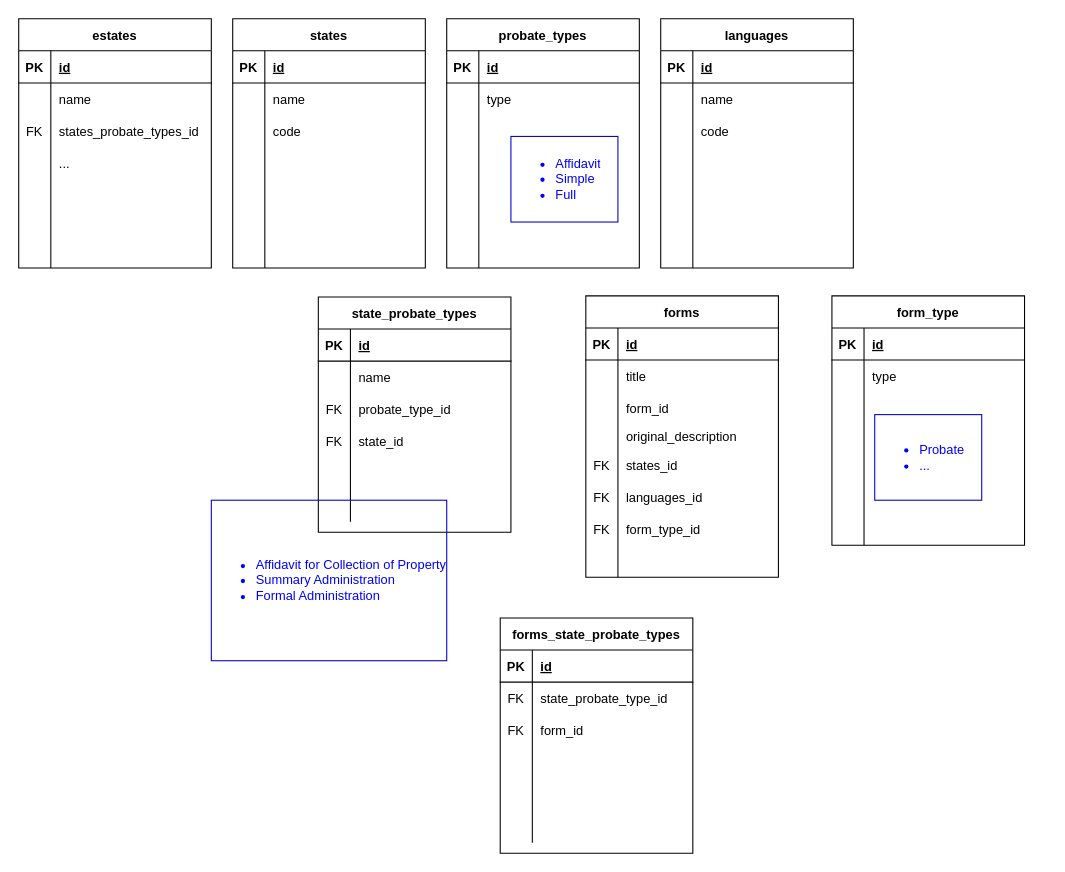
This is ProbateNForms.drawio from stellarjaydoc/architecture, a draw.io file, before an edit. Source tidied: cells renumbered, new cells numbered last; positions are measured from the earlier drawing's top-left corner, leaving out a move shared by most shapes. Both pictures are drawn from the tidied source at 107%, with x=0, y=0 at pixel (18, 18).
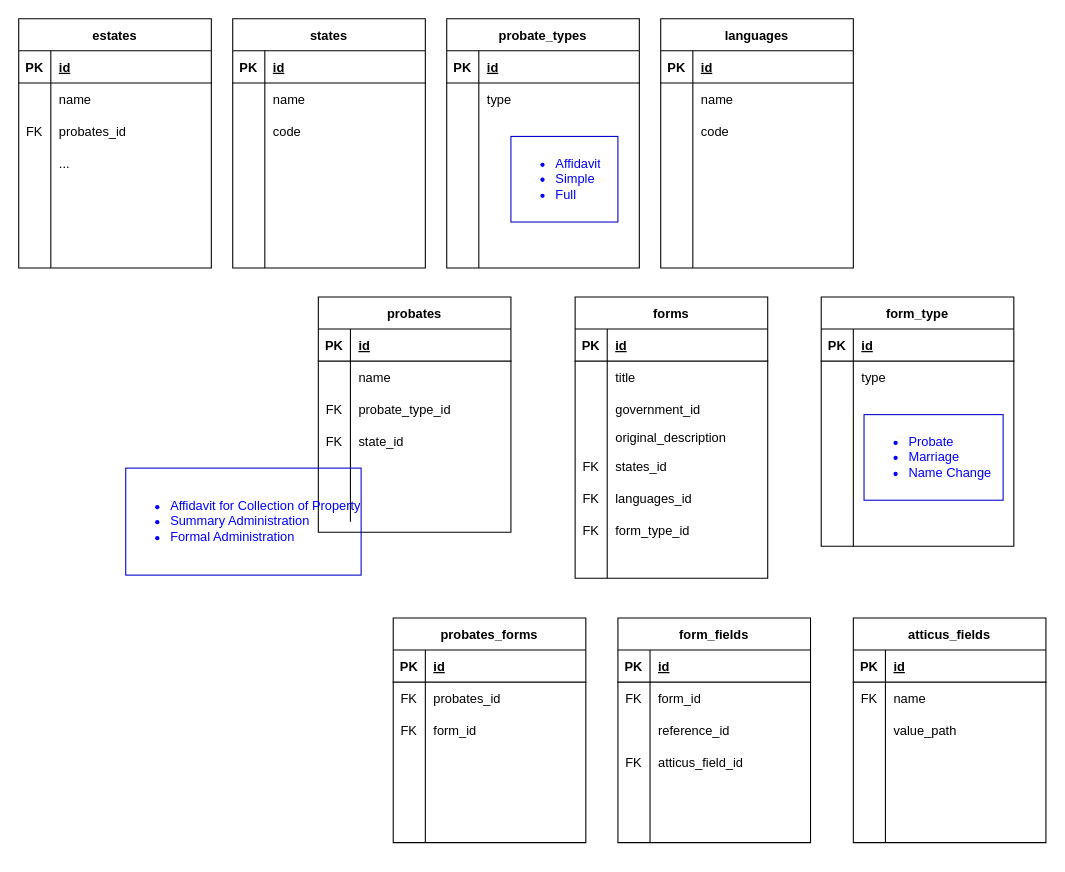
The same diagram, later.

The change refers to these unchanged cells:
```xml
<mxCell id="9" style="shape=tableRow;horizontal=0;startSize=0;swimlaneHead=0;swimlaneBody=0;fillColor=none;top=0;left=0;right=0;bottom=0;" parent="2" vertex="1">
  <mxGeometry y="90" width="180" height="30" as="geometry" />
</mxCell>
<mxCell id="31" style="shape=tableRow;horizontal=0;startSize=0;swimlaneHead=0;swimlaneBody=0;fillColor=none;top=0;left=0;right=0;bottom=0;" parent="24" vertex="1">
  <mxGeometry y="90" width="180" height="30" as="geometry" />
</mxCell>
<mxCell id="116" style="shape=tableRow;horizontal=0;startSize=0;swimlaneHead=0;swimlaneBody=0;fillColor=none;top=0;left=0;right=0;bottom=0;" parent="112" vertex="1">
  <mxGeometry y="60" width="180" height="30" as="geometry" />
</mxCell>
```

Change to the diagram source:
```diff
@@
-    <mxCell id="11" value="states_probate_types_id" style="shape=partialRectangle;fillColor=none;top=0;left=0;bottom=0;right=0;align=left;spacingLeft=6;fontStyle=0;overflow=hidden;" parent="9" vertex="1">
+    <mxCell id="11" value="probates_id" style="shape=partialRectangle;fillColor=none;top=0;left=0;bottom=0;right=0;align=left;spacingLeft=6;fontStyle=0;overflow=hidden;" parent="9" vertex="1">
       <mxGeometry x="30" width="150" height="30" as="geometry" />
     </mxCell>
@@
     <mxCell id="24" value="forms" style="shape=table;startSize=30;childLayout=tableLayout;rowLines=0;fontStyle=1;align=center;" parent="1" vertex="1">
-      <mxGeometry x="530" y="259" width="180" height="263" as="geometry" />
+      <mxGeometry x="520" y="260" width="180" height="263" as="geometry" />
     </mxCell>
@@
-    <mxCell id="33" value="form_id" style="shape=partialRectangle;fillColor=none;top=0;left=0;bottom=0;right=0;align=left;spacingLeft=6;overflow=hidden;" parent="31" vertex="1">
+    <mxCell id="33" value="government_id" style="shape=partialRectangle;fillColor=none;top=0;left=0;bottom=0;right=0;align=left;spacingLeft=6;overflow=hidden;" parent="31" vertex="1">
       <mxGeometry x="30" width="150" height="30" as="geometry" />
     </mxCell>
@@
-    <mxCell id="71" value="state_probate_types" style="shape=table;startSize=30;childLayout=tableLayout;rowLines=0;fontStyle=1;align=center;" parent="1" vertex="1">
+    <mxCell id="71" value="probates" style="shape=table;startSize=30;childLayout=tableLayout;rowLines=0;fontStyle=1;align=center;" parent="1" vertex="1">
       <mxGeometry x="280" y="260" width="180" height="220" as="geometry" />
     </mxCell>
@@
-    <mxCell id="112" value="forms_state_probate_types" style="shape=table;startSize=30;childLayout=tableLayout;rowLines=0;fontStyle=1;align=center;" parent="1" vertex="1">
-      <mxGeometry x="450" y="560" width="180" height="220" as="geometry" />
+    <mxCell id="112" value="probates_forms" style="shape=table;startSize=30;childLayout=tableLayout;rowLines=0;fontStyle=1;align=center;" parent="1" vertex="1">
+      <mxGeometry x="350" y="560" width="180" height="210" as="geometry" />
     </mxCell>
@@
-    <mxCell id="118" value="state_probate_type_id" style="shape=partialRectangle;fillColor=none;top=0;left=0;bottom=0;right=0;align=left;spacingLeft=6;fontStyle=0;overflow=hidden;" parent="116" vertex="1">
+    <mxCell id="118" value="probates_id" style="shape=partialRectangle;fillColor=none;top=0;left=0;bottom=0;right=0;align=left;spacingLeft=6;fontStyle=0;overflow=hidden;" parent="116" vertex="1">
       <mxGeometry x="30" width="150" height="30" as="geometry" />
     </mxCell>
@@
     <mxCell id="153" value="form_type" style="shape=table;startSize=30;childLayout=tableLayout;rowLines=0;fontStyle=1;align=center;" parent="1" vertex="1">
-      <mxGeometry x="760" y="259" width="180" height="233" as="geometry" />
+      <mxGeometry x="750" y="260" width="180" height="233" as="geometry" />
     </mxCell>
@@
-    <mxCell id="176" value="&lt;ul&gt;&lt;li&gt;Probate&lt;/li&gt;&lt;li&gt;...&lt;/li&gt;&lt;/ul&gt;" style="text;strokeColor=#0000CC;fillColor=none;html=1;whiteSpace=wrap;verticalAlign=middle;overflow=hidden;fontColor=#0000FF;" parent="1" vertex="1">
-      <mxGeometry x="800" y="370" width="100" height="80" as="geometry" />
+    <mxCell id="176" value="&lt;ul&gt;&lt;li&gt;Probate&lt;/li&gt;&lt;li&gt;Marriage&lt;/li&gt;&lt;li&gt;Name Change&lt;/li&gt;&lt;/ul&gt;" style="text;strokeColor=#0000CC;fillColor=none;html=1;whiteSpace=wrap;verticalAlign=middle;overflow=hidden;fontColor=#0000FF;" parent="1" vertex="1">
+      <mxGeometry x="790" y="370" width="130" height="80" as="geometry" />
     </mxCell>
     <mxCell id="177" value="&lt;ul&gt;&lt;li&gt;Affidavit for Collection of Property&lt;/li&gt;&lt;li&gt;Summary Administration&lt;br&gt;&lt;/li&gt;&lt;li&gt;Formal Administration&lt;br&gt;&lt;/li&gt;&lt;/ul&gt;" style="text;strokeColor=#0000CC;fillColor=none;html=1;whiteSpace=wrap;verticalAlign=middle;overflow=hidden;fontColor=#0000FF;" parent="1" vertex="1">
-      <mxGeometry x="180" y="450" width="220" height="150" as="geometry" />
+      <mxGeometry x="100" y="420" width="220" height="100" as="geometry" />
     </mxCell>
+    <mxCell id="178" value="form_fields" style="shape=table;startSize=30;childLayout=tableLayout;rowLines=0;fontStyle=1;align=center;" parent="1" vertex="1">
+      <mxGeometry x="560" y="560" width="180" height="210" as="geometry" />
+    </mxCell>
+    <mxCell id="179" style="shape=tableRow;horizontal=0;startSize=0;swimlaneHead=0;swimlaneBody=0;fillColor=none;top=0;left=0;right=0;bottom=1;" parent="178" vertex="1">
+      <mxGeometry y="30" width="180" height="30" as="geometry" />
+    </mxCell>
+    <mxCell id="180" value="PK" style="shape=partialRectangle;fillColor=none;top=0;left=0;bottom=0;right=0;fontStyle=1;overflow=hidden;" parent="179" vertex="1">
+      <mxGeometry width="30" height="30" as="geometry" />
+    </mxCell>
+    <mxCell id="181" value="id" style="shape=partialRectangle;fillColor=none;top=0;left=0;bottom=0;right=0;align=left;spacingLeft=6;fontStyle=5;overflow=hidden;" parent="179" vertex="1">
+      <mxGeometry x="30" width="150" height="30" as="geometry" />
+    </mxCell>
+    <mxCell id="182" style="shape=tableRow;horizontal=0;startSize=0;swimlaneHead=0;swimlaneBody=0;fillColor=none;top=0;left=0;right=0;bottom=0;" parent="178" vertex="1">
+      <mxGeometry y="60" width="180" height="30" as="geometry" />
+    </mxCell>
+    <mxCell id="183" value="FK" style="shape=partialRectangle;fillColor=none;top=0;left=0;bottom=0;right=0;fontStyle=0;overflow=hidden;" parent="182" vertex="1">
+      <mxGeometry width="30" height="30" as="geometry" />
+    </mxCell>
+    <mxCell id="184" value="form_id" style="shape=partialRectangle;fillColor=none;top=0;left=0;bottom=0;right=0;align=left;spacingLeft=6;fontStyle=0;overflow=hidden;" parent="182" vertex="1">
+      <mxGeometry x="30" width="150" height="30" as="geometry" />
+    </mxCell>
+    <mxCell id="185" style="shape=tableRow;horizontal=0;startSize=0;swimlaneHead=0;swimlaneBody=0;fillColor=none;top=0;left=0;right=0;bottom=0;" parent="178" vertex="1">
+      <mxGeometry y="90" width="180" height="30" as="geometry" />
+    </mxCell>
+    <mxCell id="186" style="shape=partialRectangle;fillColor=none;top=0;left=0;bottom=0;right=0;fontStyle=0;overflow=hidden;" parent="185" vertex="1">
+      <mxGeometry width="30" height="30" as="geometry" />
+    </mxCell>
+    <mxCell id="187" value="reference_id" style="shape=partialRectangle;fillColor=none;top=0;left=0;bottom=0;right=0;align=left;spacingLeft=6;fontStyle=0;overflow=hidden;" parent="185" vertex="1">
+      <mxGeometry x="30" width="150" height="30" as="geometry" />
+    </mxCell>
+    <mxCell id="188" style="shape=tableRow;horizontal=0;startSize=0;swimlaneHead=0;swimlaneBody=0;fillColor=none;top=0;left=0;right=0;bottom=0;" parent="178" vertex="1">
+      <mxGeometry y="120" width="180" height="30" as="geometry" />
+    </mxCell>
+    <mxCell id="189" style="shape=partialRectangle;fillColor=none;top=0;left=0;bottom=0;right=0;overflow=hidden;" parent="188" vertex="1">
+      <mxGeometry width="30" height="30" as="geometry" />
+    </mxCell>
+    <mxCell id="190" value="atticus_field_id" style="shape=partialRectangle;fillColor=none;top=0;left=0;bottom=0;right=0;align=left;spacingLeft=6;overflow=hidden;" parent="188" vertex="1">
+      <mxGeometry x="30" width="150" height="30" as="geometry" />
+    </mxCell>
+    <mxCell id="191" style="shape=tableRow;horizontal=0;startSize=0;swimlaneHead=0;swimlaneBody=0;fillColor=none;top=0;left=0;right=0;bottom=0;" parent="178" vertex="1">
+      <mxGeometry y="150" width="180" height="30" as="geometry" />
+    </mxCell>
+    <mxCell id="192" style="shape=partialRectangle;fillColor=none;top=0;left=0;bottom=0;right=0;overflow=hidden;" parent="191" vertex="1">
+      <mxGeometry width="30" height="30" as="geometry" />
+    </mxCell>
+    <mxCell id="193" style="shape=partialRectangle;fillColor=none;top=0;left=0;bottom=0;right=0;align=left;spacingLeft=6;overflow=hidden;" parent="191" vertex="1">
+      <mxGeometry x="30" width="150" height="30" as="geometry" />
+    </mxCell>
+    <mxCell id="194" style="shape=tableRow;horizontal=0;startSize=0;swimlaneHead=0;swimlaneBody=0;fillColor=none;top=0;left=0;right=0;bottom=0;" parent="178" vertex="1">
+      <mxGeometry y="180" width="180" height="30" as="geometry" />
+    </mxCell>
+    <mxCell id="195" style="shape=partialRectangle;fillColor=none;top=0;left=0;bottom=0;right=0;overflow=hidden;" parent="194" vertex="1">
+      <mxGeometry width="30" height="30" as="geometry" />
+    </mxCell>
+    <mxCell id="196" style="shape=partialRectangle;fillColor=none;top=0;left=0;bottom=0;right=0;align=left;spacingLeft=6;overflow=hidden;" parent="194" vertex="1">
+      <mxGeometry x="30" width="150" height="30" as="geometry" />
+    </mxCell>
+    <mxCell id="197" value="FK" style="shape=partialRectangle;fillColor=none;top=0;left=0;bottom=0;right=0;fontStyle=0;overflow=hidden;" parent="1" vertex="1">
+      <mxGeometry x="560" y="680" width="30" height="30" as="geometry" />
+    </mxCell>
+    <mxCell id="198" value="atticus_fields" style="shape=table;startSize=30;childLayout=tableLayout;rowLines=0;fontStyle=1;align=center;" parent="1" vertex="1">
+      <mxGeometry x="780" y="560" width="180" height="210" as="geometry" />
+    </mxCell>
+    <mxCell id="199" style="shape=tableRow;horizontal=0;startSize=0;swimlaneHead=0;swimlaneBody=0;fillColor=none;top=0;left=0;right=0;bottom=1;" parent="198" vertex="1">
+      <mxGeometry y="30" width="180" height="30" as="geometry" />
+    </mxCell>
+    <mxCell id="200" value="PK" style="shape=partialRectangle;fillColor=none;top=0;left=0;bottom=0;right=0;fontStyle=1;overflow=hidden;" parent="199" vertex="1">
+      <mxGeometry width="30" height="30" as="geometry" />
+    </mxCell>
+    <mxCell id="201" value="id" style="shape=partialRectangle;fillColor=none;top=0;left=0;bottom=0;right=0;align=left;spacingLeft=6;fontStyle=5;overflow=hidden;" parent="199" vertex="1">
+      <mxGeometry x="30" width="150" height="30" as="geometry" />
+    </mxCell>
+    <mxCell id="202" style="shape=tableRow;horizontal=0;startSize=0;swimlaneHead=0;swimlaneBody=0;fillColor=none;top=0;left=0;right=0;bottom=0;" parent="198" vertex="1">
+      <mxGeometry y="60" width="180" height="30" as="geometry" />
+    </mxCell>
+    <mxCell id="203" value="FK" style="shape=partialRectangle;fillColor=none;top=0;left=0;bottom=0;right=0;fontStyle=0;overflow=hidden;" parent="202" vertex="1">
+      <mxGeometry width="30" height="30" as="geometry" />
+    </mxCell>
+    <mxCell id="204" value="name" style="shape=partialRectangle;fillColor=none;top=0;left=0;bottom=0;right=0;align=left;spacingLeft=6;fontStyle=0;overflow=hidden;" parent="202" vertex="1">
+      <mxGeometry x="30" width="150" height="30" as="geometry" />
+    </mxCell>
+    <mxCell id="205" style="shape=tableRow;horizontal=0;startSize=0;swimlaneHead=0;swimlaneBody=0;fillColor=none;top=0;left=0;right=0;bottom=0;" parent="198" vertex="1">
+      <mxGeometry y="90" width="180" height="30" as="geometry" />
+    </mxCell>
+    <mxCell id="206" style="shape=partialRectangle;fillColor=none;top=0;left=0;bottom=0;right=0;fontStyle=0;overflow=hidden;" parent="205" vertex="1">
+      <mxGeometry width="30" height="30" as="geometry" />
+    </mxCell>
+    <mxCell id="207" value="value_path" style="shape=partialRectangle;fillColor=none;top=0;left=0;bottom=0;right=0;align=left;spacingLeft=6;fontStyle=0;overflow=hidden;" parent="205" vertex="1">
+      <mxGeometry x="30" width="150" height="30" as="geometry" />
+    </mxCell>
+    <mxCell id="208" style="shape=tableRow;horizontal=0;startSize=0;swimlaneHead=0;swimlaneBody=0;fillColor=none;top=0;left=0;right=0;bottom=0;" parent="198" vertex="1">
+      <mxGeometry y="120" width="180" height="30" as="geometry" />
+    </mxCell>
+    <mxCell id="209" style="shape=partialRectangle;fillColor=none;top=0;left=0;bottom=0;right=0;overflow=hidden;" parent="208" vertex="1">
+      <mxGeometry width="30" height="30" as="geometry" />
+    </mxCell>
+    <mxCell id="210" style="shape=partialRectangle;fillColor=none;top=0;left=0;bottom=0;right=0;align=left;spacingLeft=6;overflow=hidden;" parent="208" vertex="1">
+      <mxGeometry x="30" width="150" height="30" as="geometry" />
+    </mxCell>
+    <mxCell id="211" style="shape=tableRow;horizontal=0;startSize=0;swimlaneHead=0;swimlaneBody=0;fillColor=none;top=0;left=0;right=0;bottom=0;" parent="198" vertex="1">
+      <mxGeometry y="150" width="180" height="30" as="geometry" />
+    </mxCell>
+    <mxCell id="212" style="shape=partialRectangle;fillColor=none;top=0;left=0;bottom=0;right=0;overflow=hidden;" parent="211" vertex="1">
+      <mxGeometry width="30" height="30" as="geometry" />
+    </mxCell>
+    <mxCell id="213" style="shape=partialRectangle;fillColor=none;top=0;left=0;bottom=0;right=0;align=left;spacingLeft=6;overflow=hidden;" parent="211" vertex="1">
+      <mxGeometry x="30" width="150" height="30" as="geometry" />
+    </mxCell>
+    <mxCell id="214" style="shape=tableRow;horizontal=0;startSize=0;swimlaneHead=0;swimlaneBody=0;fillColor=none;top=0;left=0;right=0;bottom=0;" parent="198" vertex="1">
+      <mxGeometry y="180" width="180" height="30" as="geometry" />
+    </mxCell>
+    <mxCell id="215" style="shape=partialRectangle;fillColor=none;top=0;left=0;bottom=0;right=0;overflow=hidden;" parent="214" vertex="1">
+      <mxGeometry width="30" height="30" as="geometry" />
+    </mxCell>
+    <mxCell id="216" style="shape=partialRectangle;fillColor=none;top=0;left=0;bottom=0;right=0;align=left;spacingLeft=6;overflow=hidden;" parent="214" vertex="1">
+      <mxGeometry x="30" width="150" height="30" as="geometry" />
+    </mxCell>
```
